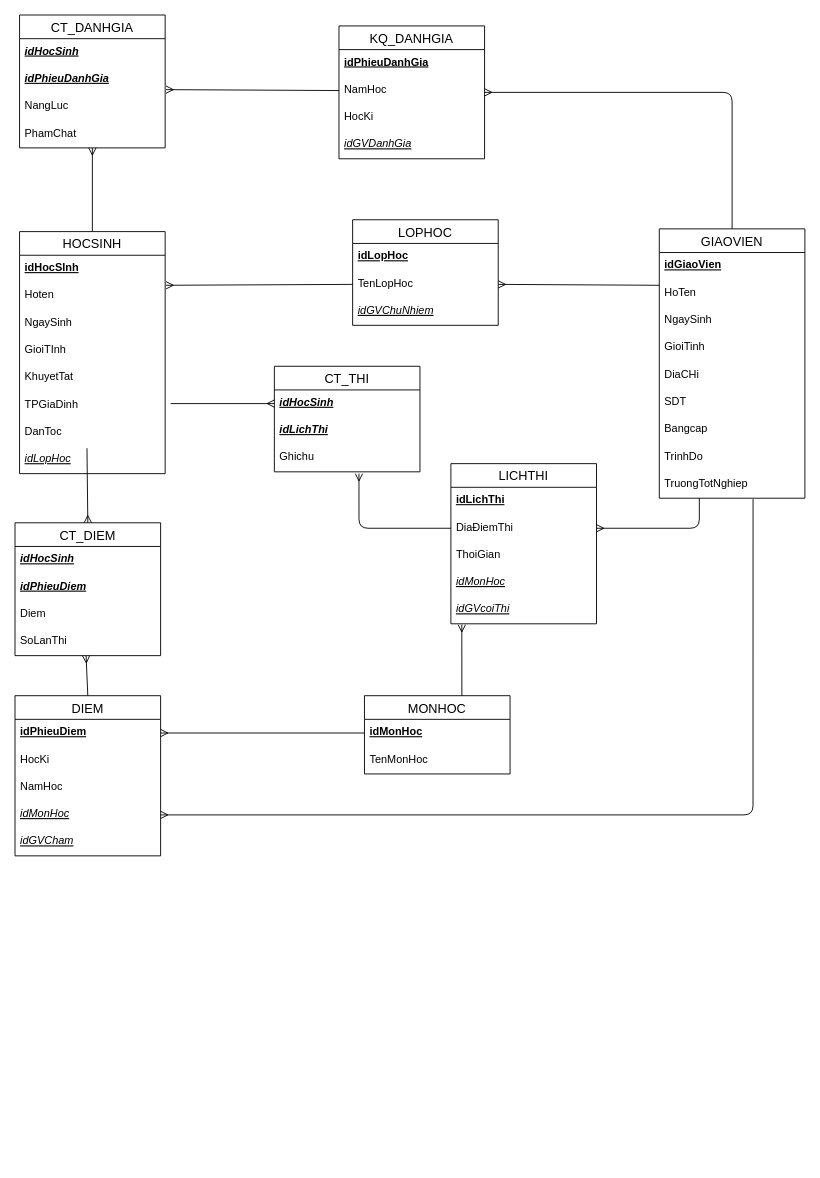
TLGKien/graph keeps this draw.io diagram as 3.2.3.drawio. Above is the earlier version. Source tidied: cells renumbered, new cells numbered last; positions are measured from the earlier drawing's top-left corner, leaving out a move shared by most shapes. Both pictures are drawn from the tidied source at 91%, with x=0, y=0 at pixel (15, 15).
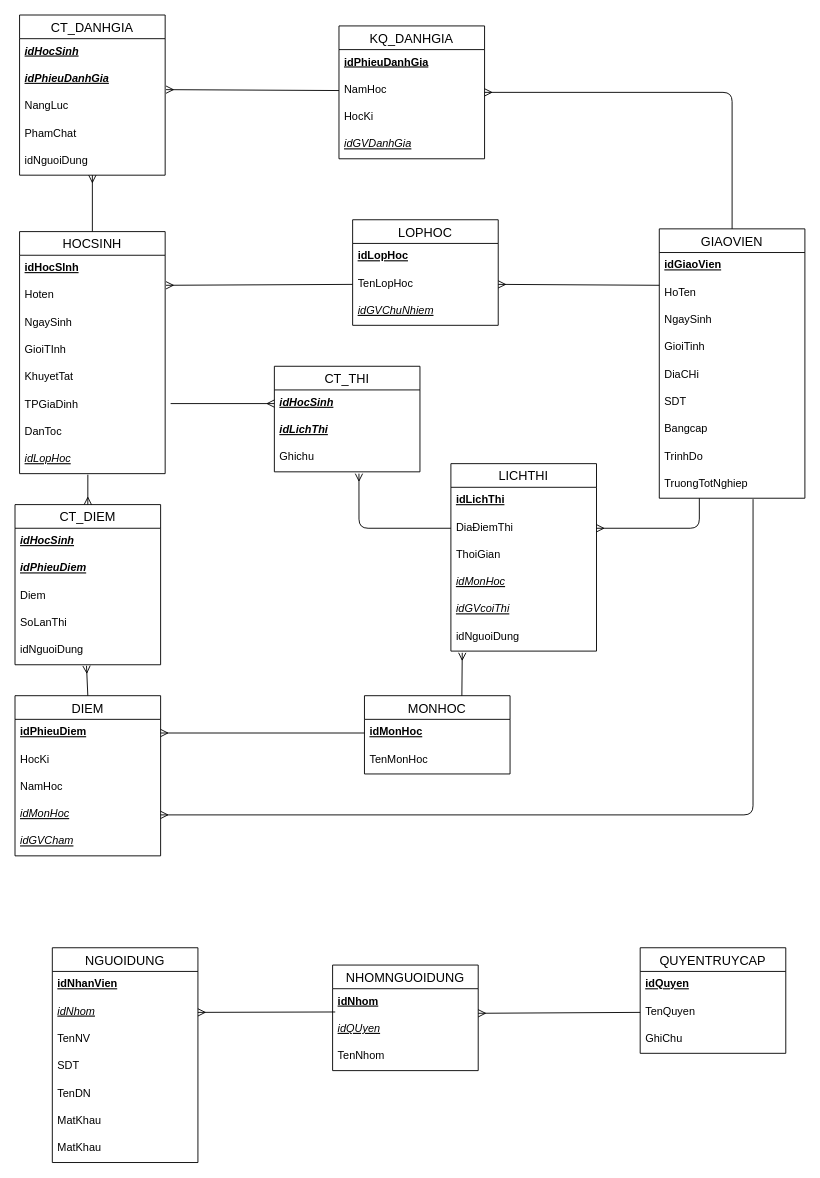
Above is the later version.

Unchanged cells that the change refers to:
```xml
<mxCell id="9" value="DanToc" style="text;strokeColor=none;fillColor=none;spacingLeft=4;spacingRight=4;overflow=hidden;points=[[0,0.5],[1,0.5]];portConstraint=eastwest;fontSize=12;" parent="2" vertex="1">
  <mxGeometry y="206" width="160" height="30" as="geometry" />
</mxCell>
<mxCell id="10" value="idLopHoc" style="text;strokeColor=none;fillColor=none;spacingLeft=4;spacingRight=4;overflow=hidden;points=[[0,0.5],[1,0.5]];portConstraint=eastwest;fontSize=12;fontStyle=6;" parent="2" vertex="1">
  <mxGeometry y="236" width="160" height="30" as="geometry" />
</mxCell>
<mxCell id="25" value="MONHOC" style="swimlane;fontStyle=0;horizontal=1;startSize=26;align=center;fontSize=14;" parent="1" vertex="1">
  <mxGeometry x="384" y="748" width="160" height="86" as="geometry" />
</mxCell>
<mxCell id="38" value="DIEM" style="swimlane;fontStyle=0;horizontal=1;startSize=26;align=center;fontSize=14;" parent="1" vertex="1">
  <mxGeometry y="748" width="160" height="176" as="geometry" />
</mxCell>
<mxCell id="48" value="SoLanThi" style="text;strokeColor=none;fillColor=none;spacingLeft=4;spacingRight=4;overflow=hidden;points=[[0,0.5],[1,0.5]];portConstraint=eastwest;fontSize=12;" parent="44" vertex="1">
  <mxGeometry y="116" width="160" height="30" as="geometry" />
</mxCell>
```

The edit, as a diff of the source:
```diff
@@
     <mxCell id="28" value="LICHTHI" style="swimlane;fontStyle=0;horizontal=1;startSize=26;align=center;fontSize=14;" parent="1" vertex="1">
-      <mxGeometry x="479" y="493" width="160" height="176" as="geometry" />
+      <mxGeometry x="479" y="493" width="160" height="206" as="geometry" />
     </mxCell>
@@
+    <mxCell id="72" value="idNguoiDung" style="text;strokeColor=none;fillColor=none;spacingLeft=4;spacingRight=4;overflow=hidden;points=[[0,0.5],[1,0.5]];portConstraint=eastwest;fontSize=12;" parent="28" vertex="1">
+      <mxGeometry y="176" width="160" height="30" as="geometry" />
+    </mxCell>
@@
     <mxCell id="44" value="CT_DIEM" style="swimlane;fontStyle=0;horizontal=1;startSize=26;align=center;fontSize=14;" parent="1" vertex="1">
-      <mxGeometry y="558" width="160" height="146" as="geometry" />
+      <mxGeometry y="538" width="160" height="176" as="geometry" />
     </mxCell>
@@
+    <mxCell id="73" value="idNguoiDung" style="text;strokeColor=none;fillColor=none;spacingLeft=4;spacingRight=4;overflow=hidden;points=[[0,0.5],[1,0.5]];portConstraint=eastwest;fontSize=12;" parent="44" vertex="1">
+      <mxGeometry y="146" width="160" height="30" as="geometry" />
+    </mxCell>
@@
     <mxCell id="54" value="CT_DANHGIA" style="swimlane;fontStyle=0;horizontal=1;startSize=26;align=center;fontSize=14;" parent="1" vertex="1">
-      <mxGeometry x="5" width="160" height="146" as="geometry" />
+      <mxGeometry x="5" width="160" height="176" as="geometry" />
     </mxCell>
@@
+    <mxCell id="74" value="idNguoiDung" style="text;strokeColor=none;fillColor=none;spacingLeft=4;spacingRight=4;overflow=hidden;fontSize=12;" parent="54" vertex="1">
+      <mxGeometry y="146" width="160" height="30" as="geometry" />
+    </mxCell>
@@
-    <mxCell id="62" style="fontSize=12;html=1;endArrow=ERmany;exitX=0.463;exitY=1.067;exitDx=0;exitDy=0;entryX=0.5;entryY=0;entryDx=0;entryDy=0;exitPerimeter=0;" parent="1" edge="1" source="9" target="44">
+    <mxCell id="62" style="fontSize=12;html=1;endArrow=ERmany;exitX=0.469;exitY=1.038;exitDx=0;exitDy=0;entryX=0.5;entryY=0;entryDx=0;entryDy=0;exitPerimeter=0;" parent="1" edge="1" source="10" target="44">
       <mxGeometry relative="1" as="geometry" />
     </mxCell>
-    <mxCell id="63" style="fontSize=12;html=1;endArrow=ERmany;exitX=0.5;exitY=0;exitDx=0;exitDy=0;entryX=0.488;entryY=1;entryDx=0;entryDy=0;entryPerimeter=0;" parent="1" edge="1" source="38" target="48">
+    <mxCell id="63" style="fontSize=12;html=1;endArrow=ERmany;exitX=0.5;exitY=0;exitDx=0;exitDy=0;entryX=0.491;entryY=1.038;entryDx=0;entryDy=0;entryPerimeter=0;" parent="1" edge="1" source="38" target="73">
       <mxGeometry relative="1" as="geometry" />
     </mxCell>
@@
-    <mxCell id="66" style="fontSize=12;html=1;endArrow=ERmany;exitX=0.669;exitY=0;exitDx=0;exitDy=0;exitPerimeter=0;" parent="1" edge="1" source="25">
-      <mxGeometry relative="1" as="geometry">
-        <mxPoint x="491" y="670" as="targetPoint" />
-      </mxGeometry>
+    <mxCell id="66" style="fontSize=12;html=1;endArrow=ERmany;exitX=0.669;exitY=0;exitDx=0;exitDy=0;exitPerimeter=0;entryX=0.078;entryY=1.062;entryDx=0;entryDy=0;entryPerimeter=0;" parent="1" edge="1" source="25" target="72">
+      <mxGeometry relative="1" as="geometry" />
     </mxCell>
@@
+    <mxCell id="75" value="NGUOIDUNG" style="swimlane;fontStyle=0;horizontal=1;startSize=26;align=center;fontSize=14;" parent="1" vertex="1">
+      <mxGeometry x="41" y="1025" width="160" height="236" as="geometry" />
+    </mxCell>
+    <mxCell id="76" value="idNhanVien" style="text;strokeColor=none;fillColor=none;spacingLeft=4;spacingRight=4;overflow=hidden;fontSize=12;fontStyle=5;" parent="75" vertex="1">
+      <mxGeometry y="26" width="160" height="30" as="geometry" />
+    </mxCell>
+    <mxCell id="77" value="idNhom" style="text;strokeColor=none;fillColor=none;spacingLeft=4;spacingRight=4;overflow=hidden;points=[[0,0.5],[1,0.5]];portConstraint=eastwest;fontSize=12;fontStyle=6;" parent="75" vertex="1">
+      <mxGeometry y="56" width="160" height="30" as="geometry" />
+    </mxCell>
+    <mxCell id="78" value="TenNV" style="text;strokeColor=none;fillColor=none;spacingLeft=4;spacingRight=4;overflow=hidden;fontSize=12;" parent="75" vertex="1">
+      <mxGeometry y="86" width="160" height="30" as="geometry" />
+    </mxCell>
+    <mxCell id="79" value="SDT" style="text;strokeColor=none;fillColor=none;spacingLeft=4;spacingRight=4;overflow=hidden;fontSize=12;" parent="75" vertex="1">
+      <mxGeometry y="116" width="160" height="30" as="geometry" />
+    </mxCell>
+    <mxCell id="80" value="TenDN" style="text;strokeColor=none;fillColor=none;spacingLeft=4;spacingRight=4;overflow=hidden;fontSize=12;" parent="75" vertex="1">
+      <mxGeometry y="146" width="160" height="30" as="geometry" />
+    </mxCell>
+    <mxCell id="81" value="MatKhau" style="text;strokeColor=none;fillColor=none;spacingLeft=4;spacingRight=4;overflow=hidden;fontSize=12;" parent="75" vertex="1">
+      <mxGeometry y="176" width="160" height="30" as="geometry" />
+    </mxCell>
+    <mxCell id="82" value="MatKhau" style="text;strokeColor=none;fillColor=none;spacingLeft=4;spacingRight=4;overflow=hidden;fontSize=12;" parent="75" vertex="1">
+      <mxGeometry y="206" width="160" height="30" as="geometry" />
+    </mxCell>
+    <mxCell id="83" value="NHOMNGUOIDUNG" style="swimlane;fontStyle=0;horizontal=1;startSize=26;align=center;fontSize=14;" parent="1" vertex="1">
+      <mxGeometry x="349" y="1044" width="160" height="116" as="geometry" />
+    </mxCell>
+    <mxCell id="84" value="idNhom" style="text;strokeColor=none;fillColor=none;spacingLeft=4;spacingRight=4;overflow=hidden;fontSize=12;fontStyle=5;" parent="83" vertex="1">
+      <mxGeometry y="26" width="160" height="30" as="geometry" />
+    </mxCell>
+    <mxCell id="85" value="idQUyen" style="text;strokeColor=none;fillColor=none;spacingLeft=4;spacingRight=4;overflow=hidden;points=[[0,0.5],[1,0.5]];portConstraint=eastwest;fontSize=12;fontStyle=6;" parent="83" vertex="1">
+      <mxGeometry y="56" width="160" height="30" as="geometry" />
+    </mxCell>
+    <mxCell id="86" value="TenNhom" style="text;strokeColor=none;fillColor=none;spacingLeft=4;spacingRight=4;overflow=hidden;fontSize=12;" parent="83" vertex="1">
+      <mxGeometry y="86" width="160" height="30" as="geometry" />
+    </mxCell>
+    <mxCell id="87" value="QUYENTRUYCAP" style="swimlane;fontStyle=0;horizontal=1;startSize=26;align=center;fontSize=14;" parent="1" vertex="1">
+      <mxGeometry x="687" y="1025" width="160" height="116" as="geometry" />
+    </mxCell>
+    <mxCell id="88" value="idQuyen" style="text;strokeColor=none;fillColor=none;spacingLeft=4;spacingRight=4;overflow=hidden;fontSize=12;fontStyle=5;" parent="87" vertex="1">
+      <mxGeometry y="26" width="160" height="30" as="geometry" />
+    </mxCell>
+    <mxCell id="89" value="TenQuyen" style="text;strokeColor=none;fillColor=none;spacingLeft=4;spacingRight=4;overflow=hidden;points=[[0,0.5],[1,0.5]];portConstraint=eastwest;fontSize=12;" parent="87" vertex="1">
+      <mxGeometry y="56" width="160" height="30" as="geometry" />
+    </mxCell>
+    <mxCell id="90" value="GhiChu" style="text;strokeColor=none;fillColor=none;spacingLeft=4;spacingRight=4;overflow=hidden;fontSize=12;" parent="87" vertex="1">
+      <mxGeometry y="86" width="160" height="30" as="geometry" />
+    </mxCell>
+    <mxCell id="91" style="fontSize=12;html=1;endArrow=ERmany;exitX=0.018;exitY=-0.148;exitDx=0;exitDy=0;entryX=1;entryY=0.5;entryDx=0;entryDy=0;exitPerimeter=0;" parent="1" edge="1" source="85" target="77">
+      <mxGeometry relative="1" as="geometry" />
+    </mxCell>
+    <mxCell id="92" style="fontSize=12;html=1;endArrow=ERmany;exitX=0;exitY=0.5;exitDx=0;exitDy=0;entryX=1;entryY=-0.1;entryDx=0;entryDy=0;entryPerimeter=0;" parent="1" edge="1" source="89" target="85">
+      <mxGeometry relative="1" as="geometry" />
+    </mxCell>
```
